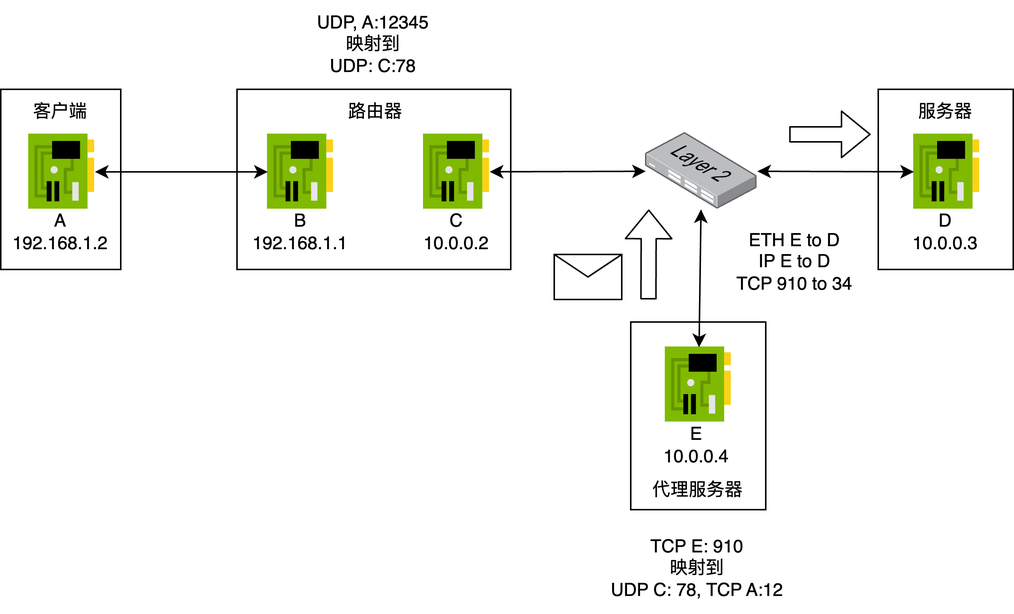
This is example_step8.png from N2Sys-EDU/Lab3-Documentation, a draw.io export, as it was before one commit. Source tidied: cells renumbered, new cells last; positions are measured from the earlier drawing's top-left corner, leaving out a move shared by most shapes.
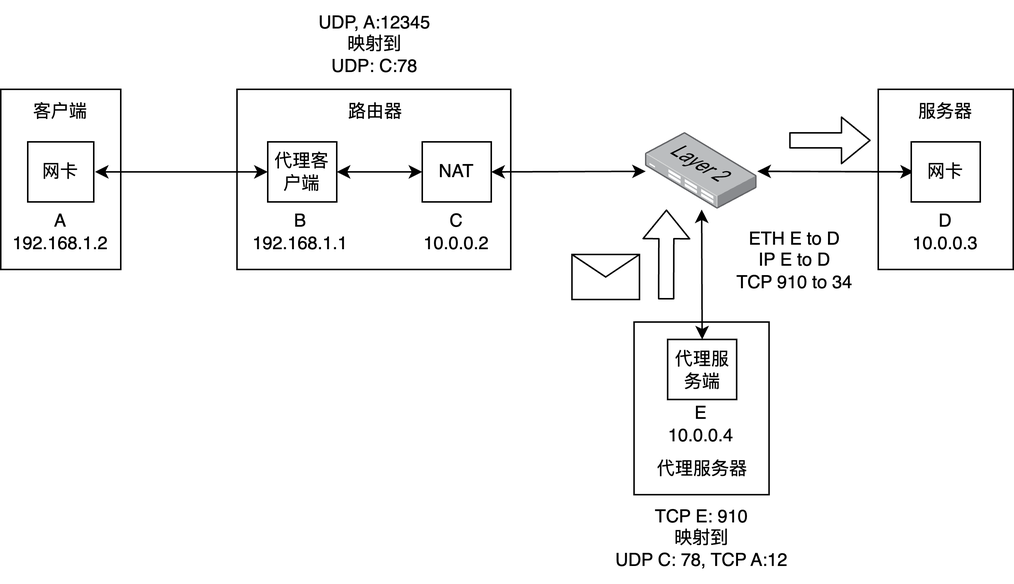
The same file after the commit.

Change to the diagram source:
```diff
@@ -2,45 +2,45 @@
   <root>
     <mxCell id="0" />
     <mxCell id="1" parent="0" />
-    <mxCell id="2" value="UDP, A:12345&lt;br&gt;映射到&lt;br&gt;UDP: C:78" style="text;html=1;strokeColor=none;fillColor=none;align=center;verticalAlign=middle;whiteSpace=wrap;rounded=0;" parent="1" vertex="1">
-      <mxGeometry x="188.1" y="-0.1" width="121.2" height="59.1" as="geometry" />
-    </mxCell>
     <mxCell id="3" style="shape=message;html=1;html=1;labelPosition=center;verticalLabelPosition=bottom;align=center;verticalAlign=top;" parent="1" vertex="1">
-      <mxGeometry x="369" y="169" width="45" height="30" as="geometry" />
+      <mxGeometry x="380.8" y="169" width="45" height="30" as="geometry" />
     </mxCell>
     <mxCell id="4" style="shape=flexArrow;endArrow=classic;html=1;" parent="1" edge="1">
       <mxGeometry relative="1" as="geometry">
-        <mxPoint x="431.8" y="199" as="sourcePoint" />
-        <mxPoint x="432" y="139" as="targetPoint" />
+        <mxPoint x="443.6" y="199" as="sourcePoint" />
+        <mxPoint x="443.8" y="139" as="targetPoint" />
       </mxGeometry>
     </mxCell>
     <mxCell id="5" value="ETH E to D&lt;br&gt;IP E to D&lt;br&gt;TCP 910 to 34" style="text;html=1;strokeColor=none;fillColor=none;align=center;verticalAlign=middle;whiteSpace=wrap;rounded=0;" parent="1" vertex="1">
-      <mxGeometry x="468.8" y="149" width="121.2" height="50" as="geometry" />
+      <mxGeometry x="468.8" y="148" width="121.2" height="50" as="geometry" />
     </mxCell>
     <mxCell id="6" value="TCP E: 910&lt;br&gt;映射到&lt;br&gt;UDP C: 78, TCP A:12" style="text;html=1;strokeColor=none;fillColor=none;align=center;verticalAlign=middle;whiteSpace=wrap;rounded=0;" parent="1" vertex="1">
-      <mxGeometry x="404.4" y="349" width="121.2" height="58.2" as="geometry" />
+      <mxGeometry x="407" y="329" width="121.2" height="58.2" as="geometry" />
     </mxCell>
-    <mxCell id="7" style="rounded=0;whiteSpace=wrap;html=1;" parent="1" vertex="1">
-      <mxGeometry x="585" y="59" width="90" height="120" as="geometry" />
-    </mxCell>
-    <mxCell id="8" style="rounded=0;whiteSpace=wrap;html=1;" parent="1" vertex="1">
-      <mxGeometry x="420" y="214" width="90" height="125" as="geometry" />
-    </mxCell>
-    <mxCell id="9" style="rounded=0;whiteSpace=wrap;html=1;" parent="1" vertex="1">
-      <mxGeometry x="157.5" y="59" width="182.5" height="120" as="geometry" />
-    </mxCell>
-    <mxCell id="10" style="rounded=0;whiteSpace=wrap;html=1;" parent="1" vertex="1">
-      <mxGeometry y="59" width="80" height="120" as="geometry" />
-    </mxCell>
+    <mxCell id="30" style="shape=flexArrow;endArrow=classic;html=1;" parent="1" edge="1">
+      <mxGeometry relative="1" as="geometry">
+        <mxPoint x="525.6" y="93" as="sourcePoint" />
+        <mxPoint x="580" y="93" as="targetPoint" />
+      </mxGeometry>
+    </mxCell>
+    <mxCell id="2" value="UDP, A:12345&lt;br&gt;映射到&lt;br&gt;UDP: C:78" style="text;html=1;strokeColor=none;fillColor=none;align=center;verticalAlign=middle;whiteSpace=wrap;rounded=0;" parent="1" vertex="1">
+      <mxGeometry x="189.4" y="-0.1" width="121.2" height="59.1" as="geometry" />
+    </mxCell>
+    <mxCell id="31" style="rounded=0;whiteSpace=wrap;html=1;" parent="1" vertex="1">
+      <mxGeometry x="585" y="59" width="90" height="120" as="geometry" />
+    </mxCell>
+    <mxCell id="32" style="rounded=0;whiteSpace=wrap;html=1;" parent="1" vertex="1">
+      <mxGeometry x="422.2" y="214" width="90" height="115" as="geometry" />
+    </mxCell>
+    <mxCell id="33" style="rounded=0;whiteSpace=wrap;html=1;" parent="1" vertex="1">
+      <mxGeometry x="157.5" y="59" width="182.5" height="120" as="geometry" />
+    </mxCell>
+    <mxCell id="34" style="rounded=0;whiteSpace=wrap;html=1;" parent="1" vertex="1">
+      <mxGeometry y="59" width="80" height="120" as="geometry" />
+    </mxCell>
     <mxCell id="11" value="客户端" style="text;html=1;strokeColor=none;fillColor=none;align=center;verticalAlign=middle;whiteSpace=wrap;rounded=0;" parent="1" vertex="1">
       <mxGeometry y="59" width="80" height="30" as="geometry" />
     </mxCell>
-    <mxCell id="12" style="sketch=0;html=1;points=[];align=center;image;fontSize=12;image=img/lib/mscae/NetworkInterfaceCard.svg;" parent="1" vertex="1">
-      <mxGeometry x="178" y="89" width="44" height="50" as="geometry" />
-    </mxCell>
-    <mxCell id="13" style="sketch=0;html=1;points=[];align=center;image;fontSize=12;image=img/lib/mscae/NetworkInterfaceCard.svg;" parent="1" vertex="1">
-      <mxGeometry x="18.8" y="89" width="44" height="50" as="geometry" />
-    </mxCell>
     <mxCell id="14" value="A&lt;br&gt;192.168.1.2" style="text;html=1;strokeColor=none;fillColor=none;align=center;verticalAlign=middle;whiteSpace=wrap;rounded=0;" parent="1" vertex="1">
       <mxGeometry y="139" width="80" height="30" as="geometry" />
     </mxCell>
@@ -50,50 +50,61 @@
     <mxCell id="16" value="B&lt;br&gt;192.168.1.1" style="text;html=1;strokeColor=none;fillColor=none;align=center;verticalAlign=middle;whiteSpace=wrap;rounded=0;" parent="1" vertex="1">
       <mxGeometry x="160" y="139" width="80" height="30" as="geometry" />
     </mxCell>
-    <mxCell id="17" style="endArrow=classic;startArrow=classic;html=1;" parent="1" edge="1" source="13" target="12">
-      <mxGeometry relative="1" as="geometry" />
-    </mxCell>
-    <mxCell id="18" style="sketch=0;html=1;points=[];align=center;image;fontSize=12;image=img/lib/mscae/NetworkInterfaceCard.svg;" parent="1" vertex="1">
-      <mxGeometry x="282" y="89" width="44" height="50" as="geometry" />
-    </mxCell>
+    <mxCell id="35" style="endArrow=classic;startArrow=classic;html=1;" parent="1" edge="1">
+      <mxGeometry relative="1" as="geometry">
+        <mxPoint x="62.8" y="114" as="sourcePoint" />
+        <mxPoint x="178" y="114" as="targetPoint" />
+      </mxGeometry>
+    </mxCell>
     <mxCell id="19" value="C&lt;br&gt;10.0.0.2" style="text;html=1;strokeColor=none;fillColor=none;align=center;verticalAlign=middle;whiteSpace=wrap;rounded=0;" parent="1" vertex="1">
       <mxGeometry x="264" y="139" width="80" height="30" as="geometry" />
     </mxCell>
     <mxCell id="20" value="服务器" style="text;html=1;strokeColor=none;fillColor=none;align=center;verticalAlign=middle;whiteSpace=wrap;rounded=0;" parent="1" vertex="1">
       <mxGeometry x="590" y="59" width="80" height="30" as="geometry" />
     </mxCell>
-    <mxCell id="21" style="sketch=0;html=1;points=[];align=center;image;fontSize=12;image=img/lib/mscae/NetworkInterfaceCard.svg;" parent="1" vertex="1">
-      <mxGeometry x="608.8" y="89" width="44" height="50" as="geometry" />
-    </mxCell>
     <mxCell id="22" value="D&lt;br&gt;10.0.0.3" style="text;html=1;strokeColor=none;fillColor=none;align=center;verticalAlign=middle;whiteSpace=wrap;rounded=0;" parent="1" vertex="1">
       <mxGeometry x="590" y="139" width="80" height="30" as="geometry" />
     </mxCell>
-    <mxCell id="23" style="endArrow=classic;startArrow=classic;html=1;" parent="1" edge="1" source="18" target="24">
-      <mxGeometry relative="1" as="geometry" />
-    </mxCell>
-    <mxCell id="24" style="points=[];html=1;align=center;shadow=0;dashed=0;image;image=img/lib/allied_telesis/switch/Switch_24_port_L2.svg;" parent="1" vertex="1">
-      <mxGeometry x="430" y="88" width="74.4" height="51" as="geometry" />
-    </mxCell>
-    <mxCell id="25" style="endArrow=classic;startArrow=classic;html=1;" parent="1" edge="1" source="24" target="21">
-      <mxGeometry relative="1" as="geometry" />
-    </mxCell>
+    <mxCell id="36" style="endArrow=classic;startArrow=classic;html=1;exitX=1;exitY=0.5;exitDx=0;exitDy=0;" parent="1" edge="1" source="43" target="37">
+      <mxGeometry relative="1" as="geometry" />
+    </mxCell>
+    <mxCell id="37" style="points=[];html=1;align=center;shadow=0;dashed=0;image;image=img/lib/allied_telesis/switch/Switch_24_port_L2.svg;" parent="1" vertex="1">
+      <mxGeometry x="430" y="88" width="74.4" height="51" as="geometry" />
+    </mxCell>
+    <mxCell id="38" style="endArrow=classic;startArrow=classic;html=1;" parent="1" edge="1" source="37">
+      <mxGeometry relative="1" as="geometry">
+        <mxPoint x="608.8" y="113.9" as="targetPoint" />
+      </mxGeometry>
+    </mxCell>
     <mxCell id="26" value="代理服务器" style="text;html=1;strokeColor=none;fillColor=none;align=center;verticalAlign=middle;whiteSpace=wrap;rounded=0;" parent="1" vertex="1">
-      <mxGeometry x="425.2" y="310.8" width="80" height="30" as="geometry" />
+      <mxGeometry x="427.6" y="297.4" width="80" height="30" as="geometry" />
     </mxCell>
-    <mxCell id="27" style="sketch=0;html=1;points=[];align=center;image;fontSize=12;image=img/lib/mscae/NetworkInterfaceCard.svg;" parent="1" vertex="1">
-      <mxGeometry x="443.2" y="230.8" width="44" height="50" as="geometry" />
-    </mxCell>
     <mxCell id="28" value="E&lt;br&gt;10.0.0.4" style="text;html=1;strokeColor=none;fillColor=none;align=center;verticalAlign=middle;whiteSpace=wrap;rounded=0;" parent="1" vertex="1">
-      <mxGeometry x="424.4" y="280.8" width="80" height="30" as="geometry" />
+      <mxGeometry x="426.8" y="267.4" width="80" height="30" as="geometry" />
     </mxCell>
-    <mxCell id="29" style="endArrow=classic;startArrow=classic;html=1;" parent="1" edge="1" source="24" target="27">
-      <mxGeometry relative="1" as="geometry" />
-    </mxCell>
-    <mxCell id="30" style="shape=flexArrow;endArrow=classic;html=1;" parent="1" edge="1">
-      <mxGeometry relative="1" as="geometry">
-        <mxPoint x="525.6" y="89" as="sourcePoint" />
-        <mxPoint x="580" y="89" as="targetPoint" />
-      </mxGeometry>
-    </mxCell>
+    <mxCell id="39" style="endArrow=classic;startArrow=classic;html=1;entryX=0.5;entryY=0;entryDx=0;entryDy=0;" parent="1" edge="1" source="37" target="46">
+      <mxGeometry relative="1" as="geometry" />
+    </mxCell>
+    <mxCell id="40" value="网卡" style="rounded=0;whiteSpace=wrap;html=1;" parent="1" vertex="1">
+      <mxGeometry x="18" y="94" width="44" height="40" as="geometry" />
+    </mxCell>
+    <mxCell id="41" style="edgeStyle=none;html=1;exitX=1;exitY=0.5;exitDx=0;exitDy=0;entryX=0;entryY=0.5;entryDx=0;entryDy=0;startArrow=classic;startFill=1;" parent="1" edge="1" source="42" target="43">
+      <mxGeometry relative="1" as="geometry" />
+    </mxCell>
+    <mxCell id="42" value="代理客户端" style="rounded=0;whiteSpace=wrap;html=1;" parent="1" vertex="1">
+      <mxGeometry x="178" y="94" width="46" height="40" as="geometry" />
+    </mxCell>
+    <mxCell id="43" value="NAT" style="rounded=0;whiteSpace=wrap;html=1;" parent="1" vertex="1">
+      <mxGeometry x="281" y="94" width="46" height="40" as="geometry" />
+    </mxCell>
+    <mxCell id="44" style="edgeStyle=none;html=1;exitX=0;exitY=0.5;exitDx=0;exitDy=0;" parent="1" edge="1" source="45" target="37">
+      <mxGeometry relative="1" as="geometry" />
+    </mxCell>
+    <mxCell id="45" value="网卡" style="rounded=0;whiteSpace=wrap;html=1;" parent="1" vertex="1">
+      <mxGeometry x="607" y="94" width="46" height="40" as="geometry" />
+    </mxCell>
+    <mxCell id="46" value="代理服务端" style="rounded=0;whiteSpace=wrap;html=1;" parent="1" vertex="1">
+      <mxGeometry x="444.6" y="225.6" width="46" height="40" as="geometry" />
+    </mxCell>
   </root>
 </mxGraphModel>
```
